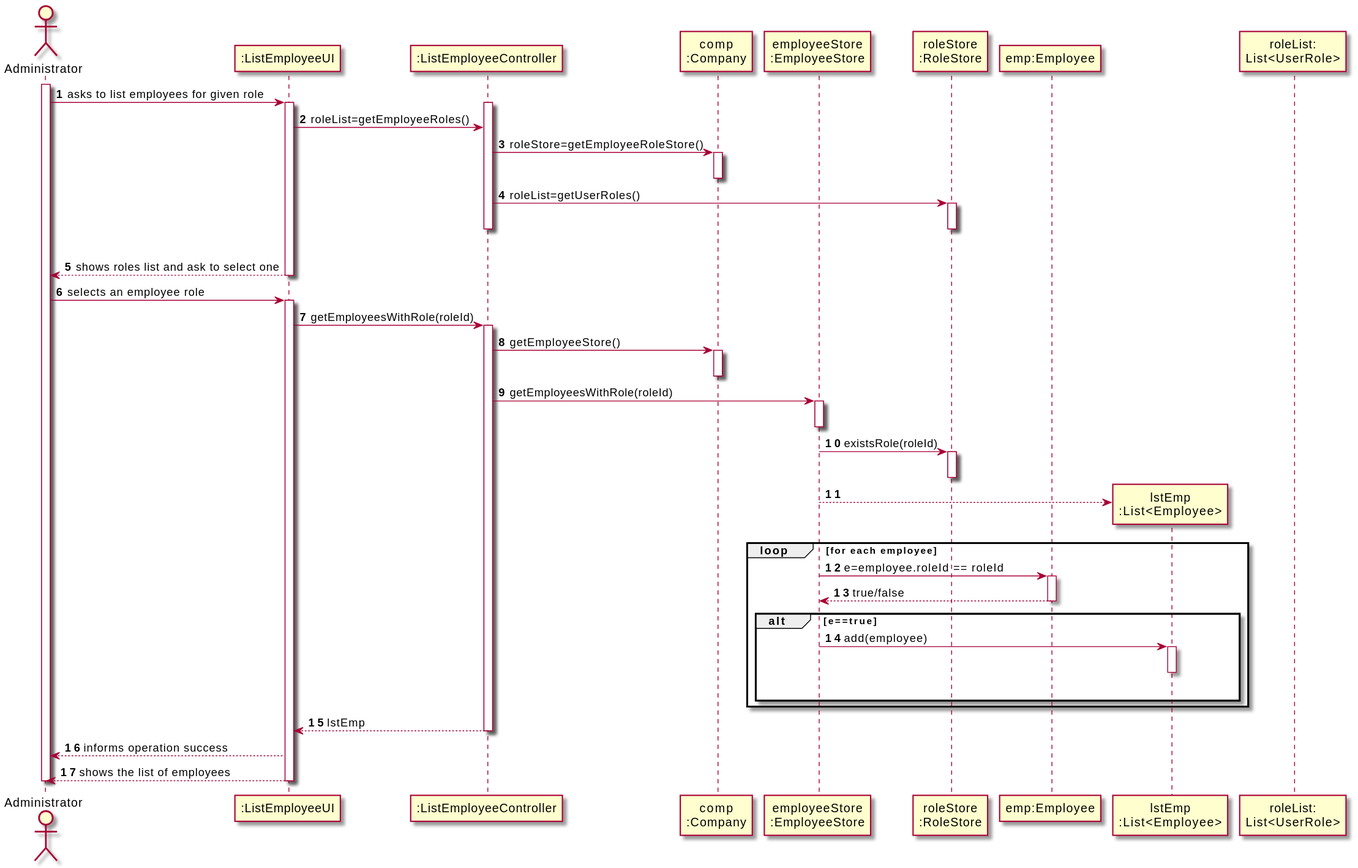
miseEnPlace-i/lapr2 keeps this PlantUML diagram as docs/SprintB/US11/SD/US11_SD.svg. Above is the earlier version. The source it was exported from:
```plantuml
@startuml
autonumber
actor "Administrator" as ADM

participant ":ListEmployeeUI" as UI
participant ":ListEmployeeController" as CTRL
participant "comp\n:Company" as COMP
participant "employeeStore\n:EmployeeStore" as EMPS
participant "roleStore\n:RoleStore" as ROLES
participant "emp:Employee" as EMP

activate ADM
ADM -> UI : asks to list employees for given role
activate UI
activate CTRL
UI -> CTRL : roleList=getEmployeeRoles()
CTRL -> COMP : roleStore=getEmployeeRoleStore()
activate COMP
deactivate COMP

CTRL -> ROLES : roleList=getUserRoles()
activate ROLES
|||
deactivate ROLES
deactivate CTRL

UI --> ADM : shows roles list and ask to select one
deactivate UI

ADM -> UI : selects an employee role
activate UI

UI -> CTRL : getEmployeesWithRole(roleId)
activate CTRL

CTRL -> COMP: getEmployeeStore()
activate COMP
deactivate COMP
CTRL -> EMPS: getEmployeesWithRole(roleId)
activate EMPS
deactivate EMPS
EMPS -> ROLES: existsRole(roleId)
activate ROLES
deactivate ROLES
create "lstEmp\n:List<Employee>" as LST
EMPS --> LST

loop for each employee
    EMPS -> EMP: e=employee.roleId == roleId
  activate EMP
    EMP --> EMPS: true/false
  deactivate EMP
    alt e==true
        EMPS -> LST: add(employee)
      activate LST
    |||
    deactivate LST
    end
end

CTRL --> UI: lstEmp

deactivate COMP
deactivate CTRL
UI --> ADM : informs operation success
UI --> ADM: shows the list of employees
deactivate UI

deactivate UI
deactivate CTRL
deactivate ADM

participant "roleList:\nList<UserRole>"

@enduml
```
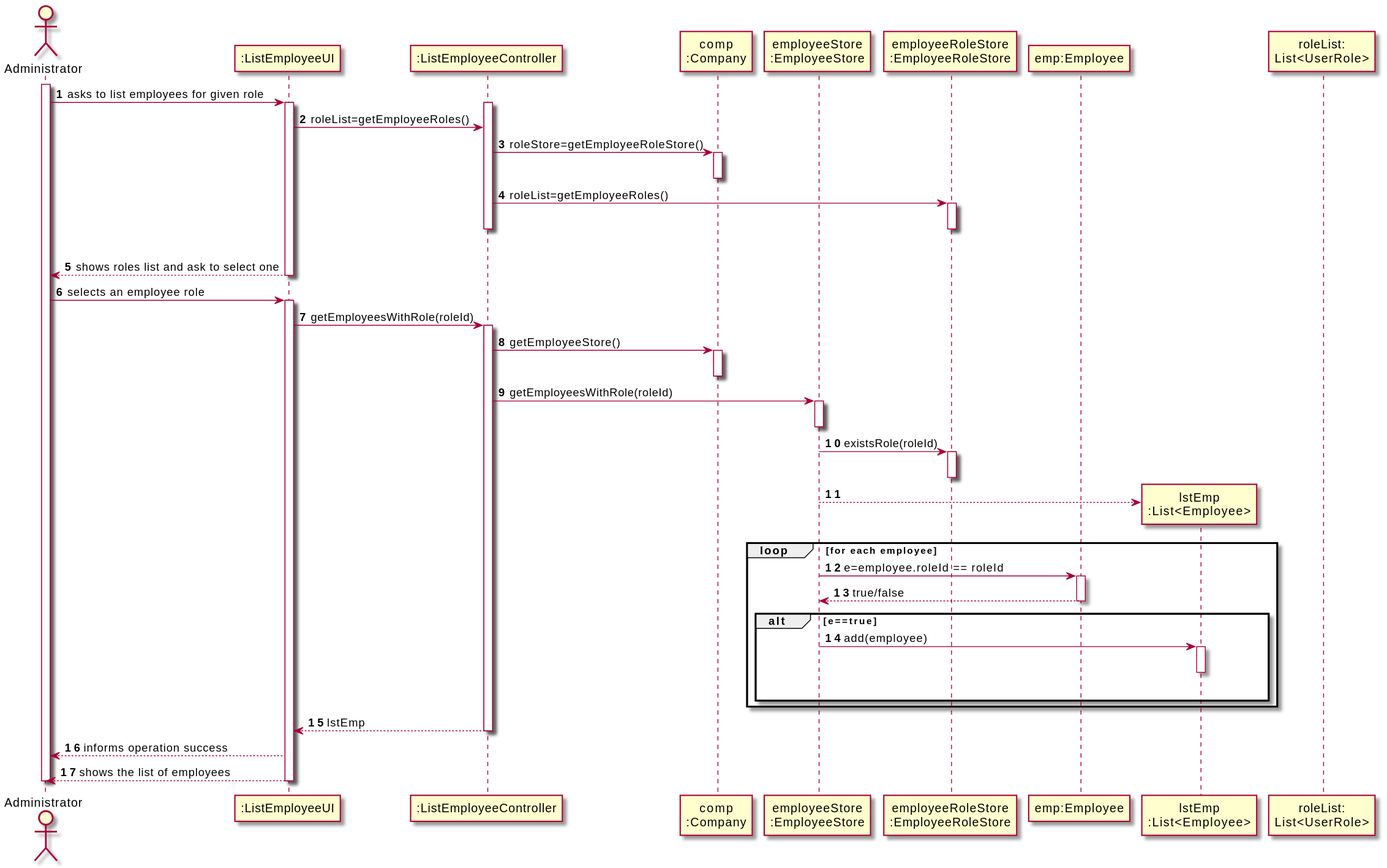
After the commit.

Diff of the diagram source:
```diff
@@ -6,7 +6,7 @@
 participant ":ListEmployeeController" as CTRL
 participant "comp\n:Company" as COMP
 participant "employeeStore\n:EmployeeStore" as EMPS
-participant "roleStore\n:RoleStore" as ROLES
+participant "employeeRoleStore\n:EmployeeRoleStore" as ROLES
 participant "emp:Employee" as EMP
 
 activate ADM
@@ -18,7 +18,7 @@
 activate COMP
 deactivate COMP
 
-CTRL -> ROLES : roleList=getUserRoles()
+CTRL -> ROLES : roleList=getEmployeeRoles()
 activate ROLES
 |||
 deactivate ROLES
```
